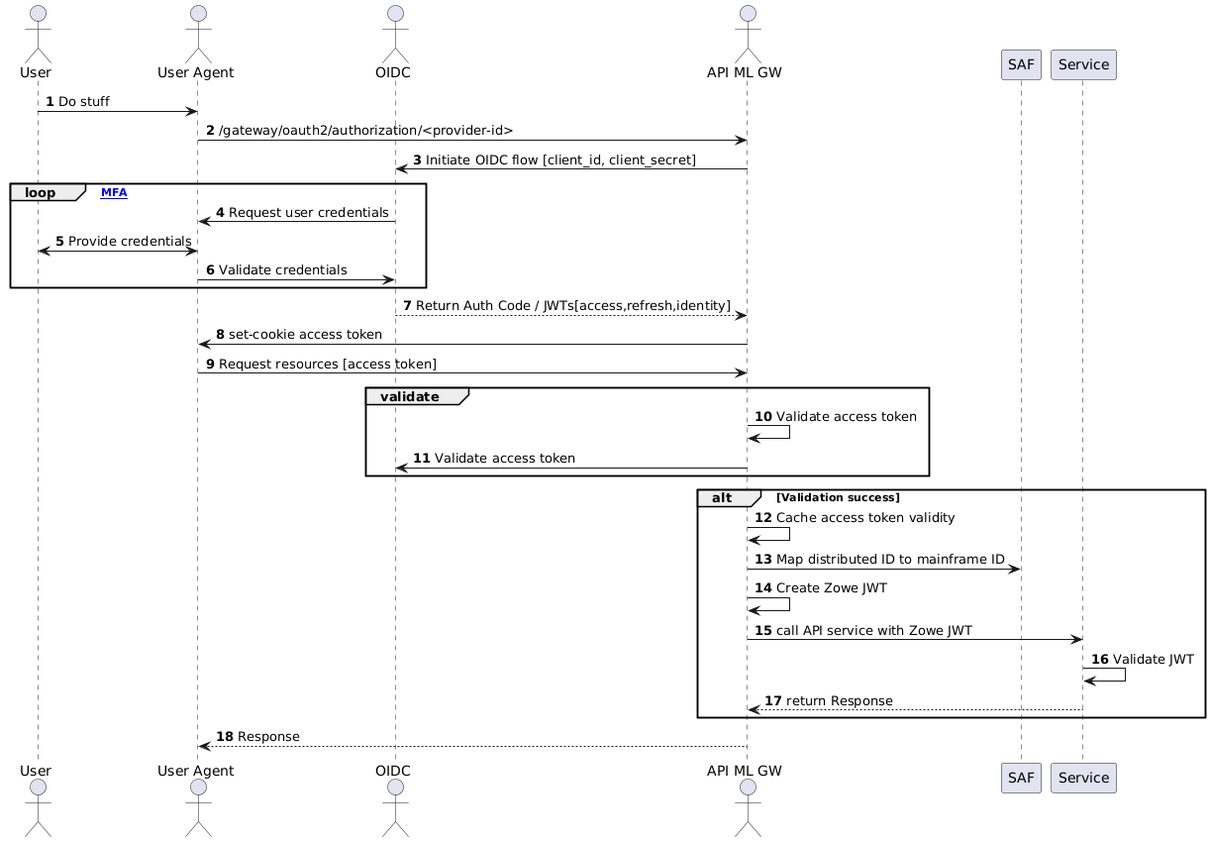
Above: docs/images/api-mediation/apiml-oidc-auth-seq.png in zowe/docs-site (PlantUML), before the change.
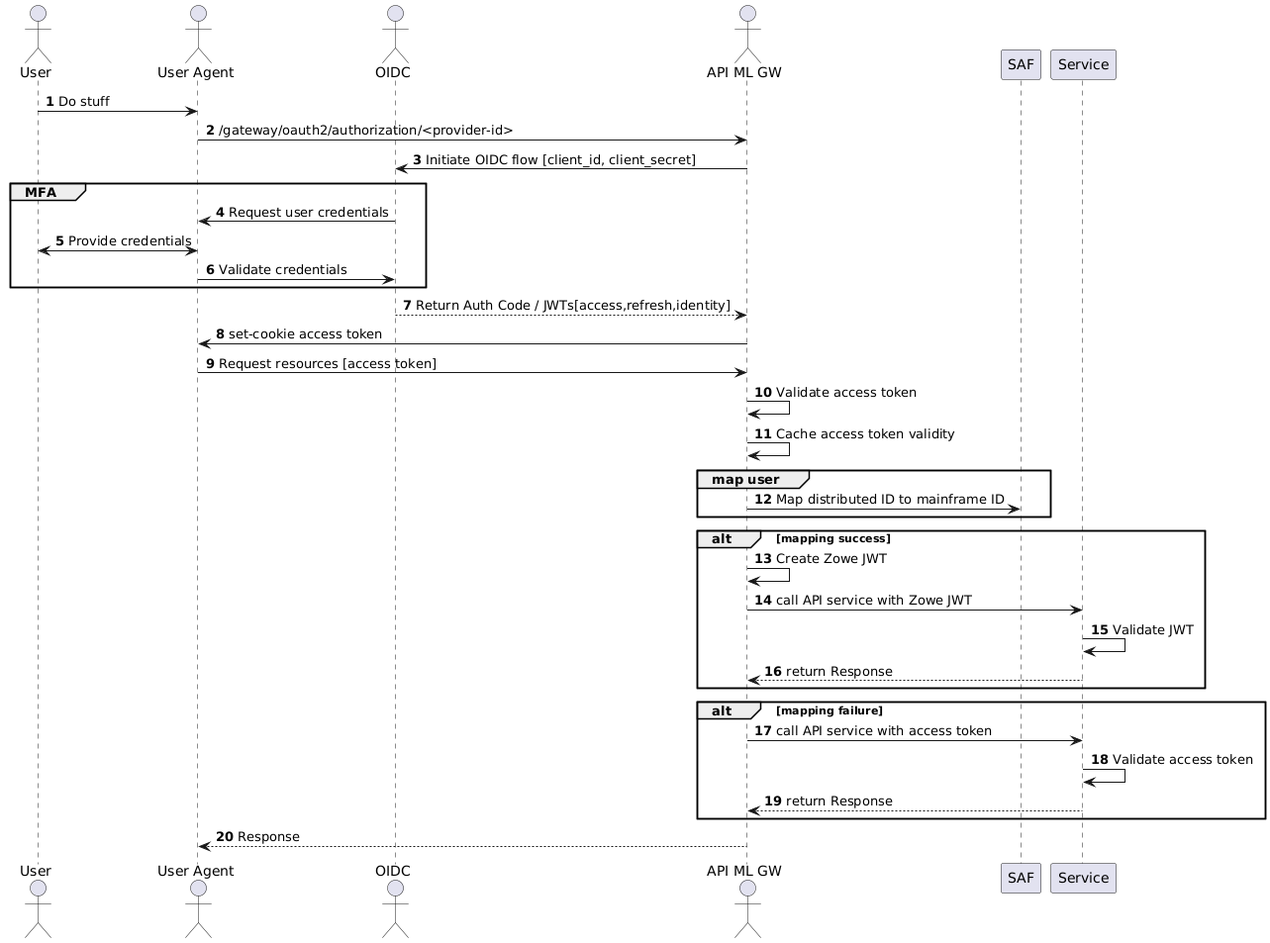
After the change.

Commit message:
use 1 schema with alternatives

What changed in the source:
```diff
@@ -9,7 +9,7 @@
 User -> Agent: Do stuff
 Agent -> GW: /gateway/oauth2/authorization/<provider-id>
 GW -> OIDC: Initiate OIDC flow [client_id, client_secret]
-loop [MFA]
+group MFA
 OIDC -> Agent: Request user credentials
 User <-> Agent: Provide credentials
 Agent -> OIDC: Validate credentials
@@ -17,17 +17,21 @@
 OIDC --> GW: Return Auth Code / JWTs[access,refresh,identity]
 GW -> Agent: set-cookie access token
 Agent -> GW: Request resources [access token]
-group validate
 GW -> GW: Validate access token
-GW -> OIDC: Validate access token
+GW -> GW: Cache access token validity
+group map user
+GW -> SAF: Map distributed ID to mainframe ID
 end
-alt Validation success
-GW -> GW: Cache access token validity
-GW -> SAF: Map distributed ID to mainframe ID
+alt mapping success
 GW -> GW: Create Zowe JWT
 GW -> Service: call API service with Zowe JWT
 Service -> Service: Validate JWT
 Service --> GW: return Response
 end
+alt mapping failure
+GW -> Service: call API service with access token
+Service -> Service: Validate access token
+Service --> GW: return Response
+end
 GW --> Agent: Response
 @enduml
```
